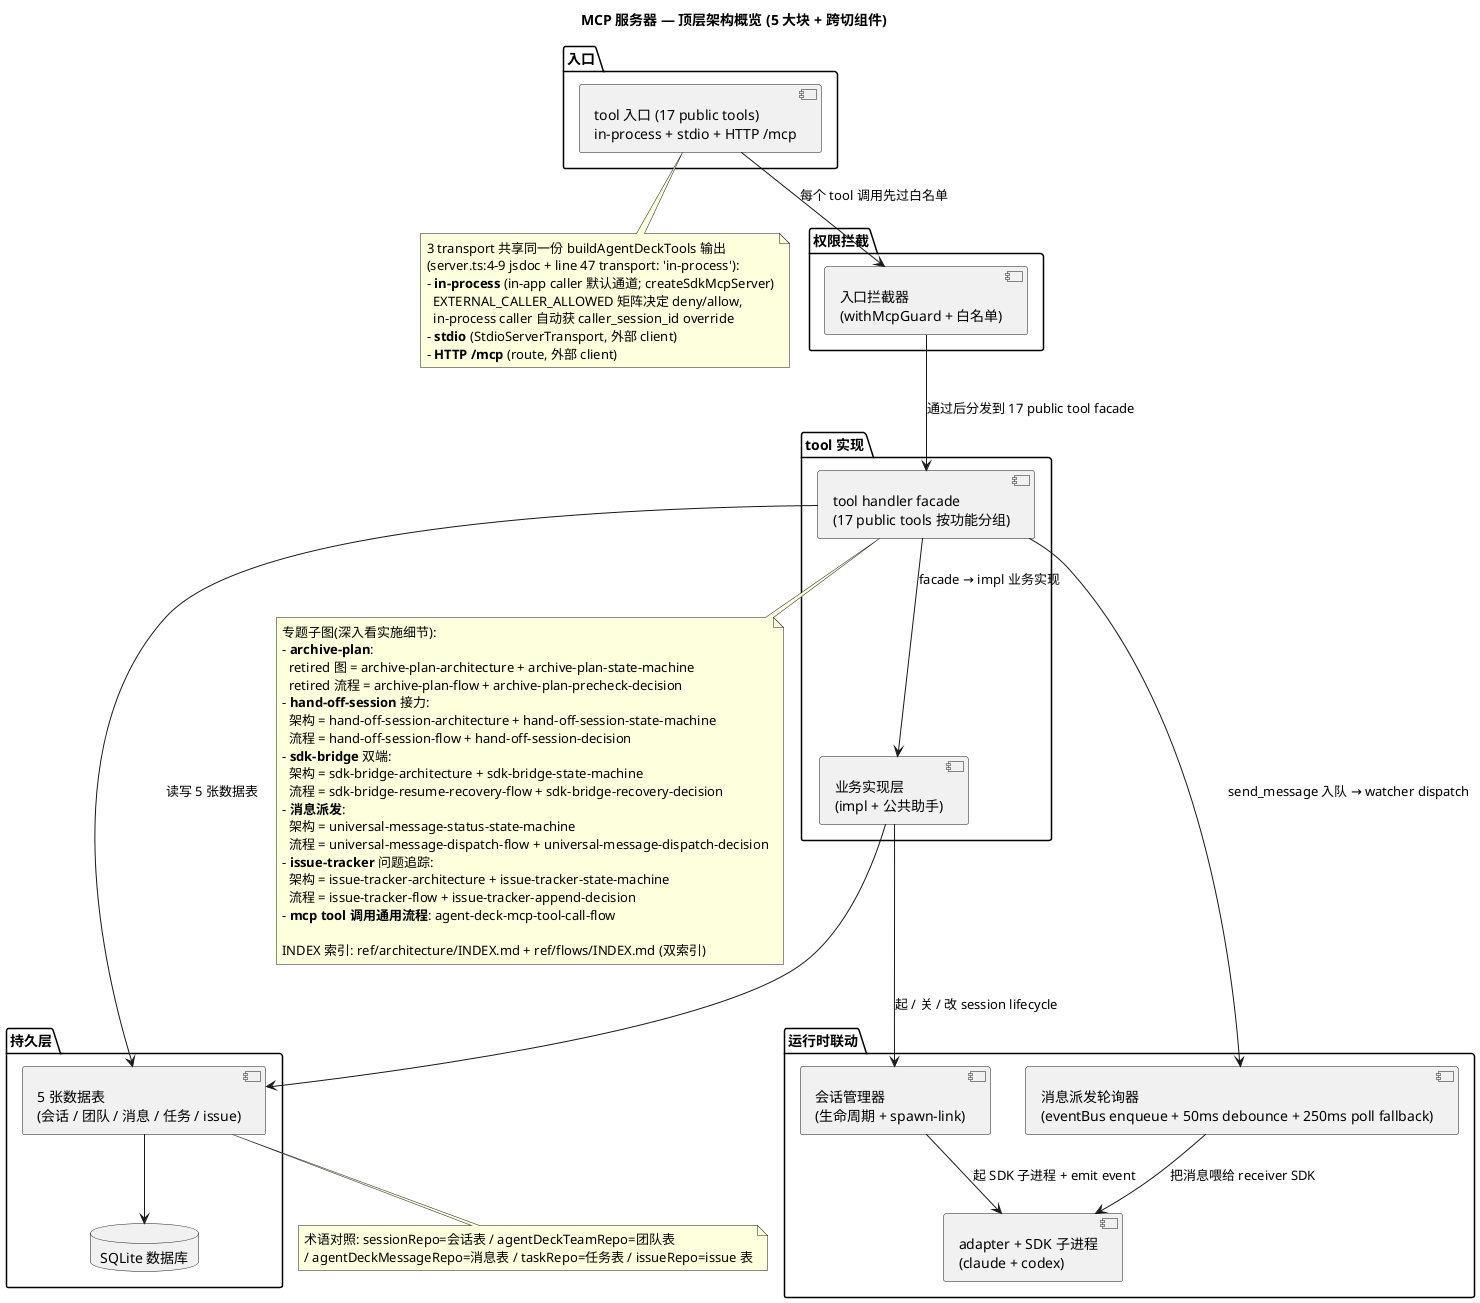
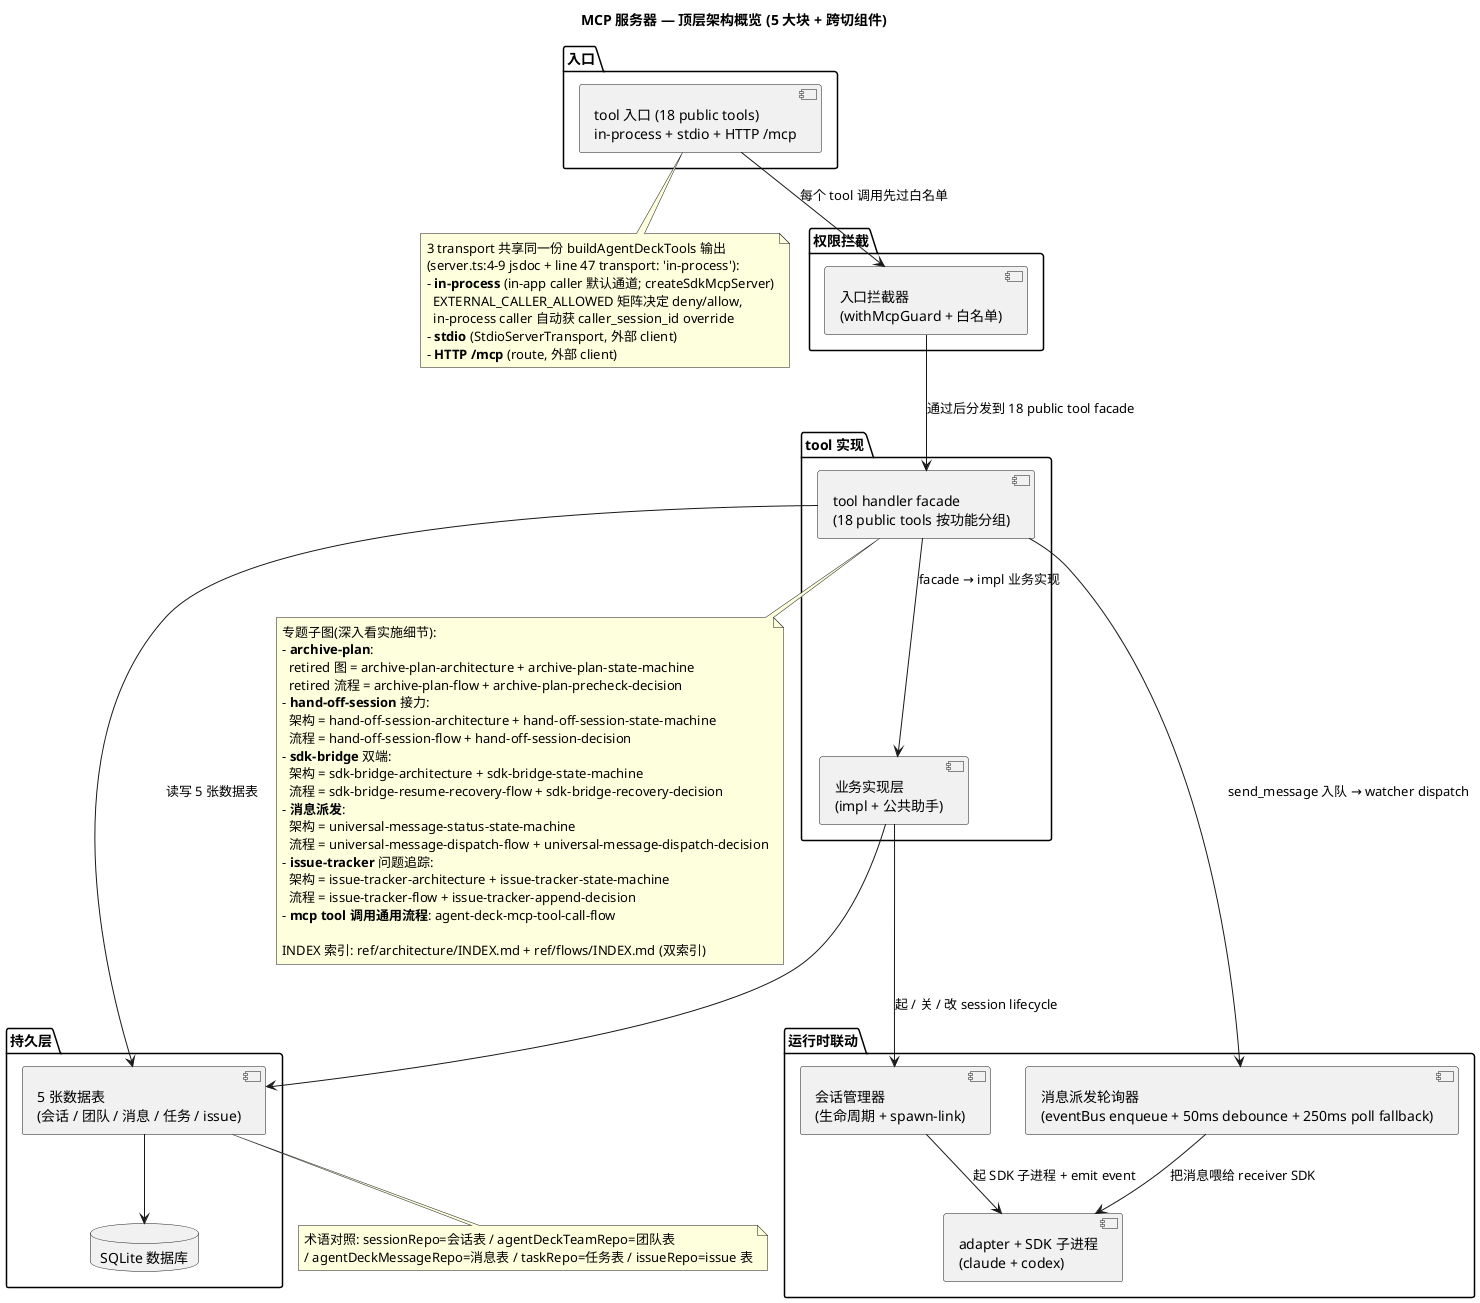
- ' source: request-plan-review-mcp-20260611
+ ' source: diff-present-tool-and-skill-20260622
' description: MCP 服务器 (agent-deck-mcp) 顶层概览 — 5 大块 + 跨切组件。专题细节见各主题子图
- ' last_updated: 2026-06-11
+ ' last_updated: 2026-06-22
@startuml agent-deck-mcp-architecture

title MCP 服务器 — 顶层架构概览 (5 大块 + 跨切组件)

' 节点名用日常术语优先,括号注 codename
' 详细 module 名 / 函数名 / LOC / commit / REVIEW 引用见 INDEX 第 3 列「关联 plan / commit」

package "入口" as L1 {
-   [tool 入口 (17 public tools)\nin-process + stdio + HTTP /mcp] as Entry
+   [tool 入口 (18 public tools)\nin-process + stdio + HTTP /mcp] as Entry
}

package "权限拦截" as L2 {
  [入口拦截器\n(withMcpGuard + 白名单)] as Guard
}

package "tool 实现" as L3 {
-   [tool handler facade\n(17 public tools 按功能分组)] as Handler
+   [tool handler facade\n(18 public tools 按功能分组)] as Handler
  [业务实现层\n(impl + 公共助手)] as Impl
}

package "持久层" as L4 {
  [5 张数据表\n(会话 / 团队 / 消息 / 任务 / issue)] as Repos
  database "SQLite 数据库" as DB
}

package "运行时联动" as L5 {
  [会话管理器\n(生命周期 + spawn-link)] as SM
  [adapter + SDK 子进程\n(claude + codex)] as Adapter
  [消息派发轮询器\n(eventBus enqueue + 50ms debounce + 250ms poll fallback)] as Watcher
}

' ─── 主调用链 ───
Entry --> Guard : 每个 tool 调用先过白名单
- Guard --> Handler : 通过后分发到 17 public tool facade
+ Guard --> Handler : 通过后分发到 18 public tool facade
Handler --> Impl : facade → impl 业务实现
Handler --> Repos : 读写 5 张数据表
Impl --> Repos
Impl --> SM : 起 / 关 / 改 session lifecycle
SM --> Adapter : 起 SDK 子进程 + emit event
Handler --> Watcher : send_message 入队 → watcher dispatch
Watcher --> Adapter : 把消息喂给 receiver SDK
Repos --> DB

' ─── 专题子图 cross-ref (画图人按主题查) ───

note bottom of Handler
  专题子图(深入看实施细节):
  - **archive-plan**:
    retired 图 = archive-plan-architecture + archive-plan-state-machine
    retired 流程 = archive-plan-flow + archive-plan-precheck-decision
  - **hand-off-session** 接力:
    架构 = hand-off-session-architecture + hand-off-session-state-machine
    流程 = hand-off-session-flow + hand-off-session-decision
  - **sdk-bridge** 双端:
    架构 = sdk-bridge-architecture + sdk-bridge-state-machine
    流程 = sdk-bridge-resume-recovery-flow + sdk-bridge-recovery-decision
  - **消息派发**:
    架构 = universal-message-status-state-machine
    流程 = universal-message-dispatch-flow + universal-message-dispatch-decision
  - **issue-tracker** 问题追踪:
    架构 = issue-tracker-architecture + issue-tracker-state-machine
    流程 = issue-tracker-flow + issue-tracker-append-decision
  - **mcp tool 调用通用流程**: agent-deck-mcp-tool-call-flow

  INDEX 索引: ref/architecture/INDEX.md + ref/flows/INDEX.md (双索引)
end note

note bottom of Entry
  3 transport 共享同一份 buildAgentDeckTools 输出
  (server.ts:4-9 jsdoc + line 47 transport: 'in-process'):
  - **in-process** (in-app caller 默认通道; createSdkMcpServer)
    EXTERNAL_CALLER_ALLOWED 矩阵决定 deny/allow,
    in-process caller 自动获 caller_session_id override
  - **stdio** (StdioServerTransport, 外部 client)
  - **HTTP /mcp** (route, 外部 client)
end note

note bottom of Repos
  术语对照: sessionRepo=会话表 / agentDeckTeamRepo=团队表
  / agentDeckMessageRepo=消息表 / taskRepo=任务表 / issueRepo=issue 表
end note

@enduml
